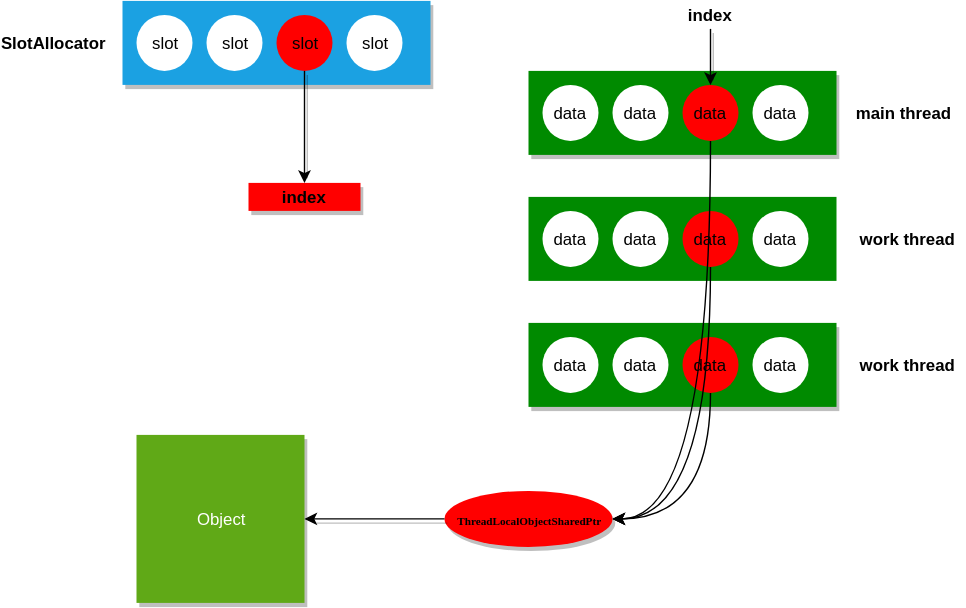
Before: envoy/assets/threadlocal.drawio.svg, a diagram exported from draw.io (pycer/note). Source tidied: cells renumbered, new cells last; positions are measured from the earlier drawing's top-left corner, leaving out a move shared by most shapes.
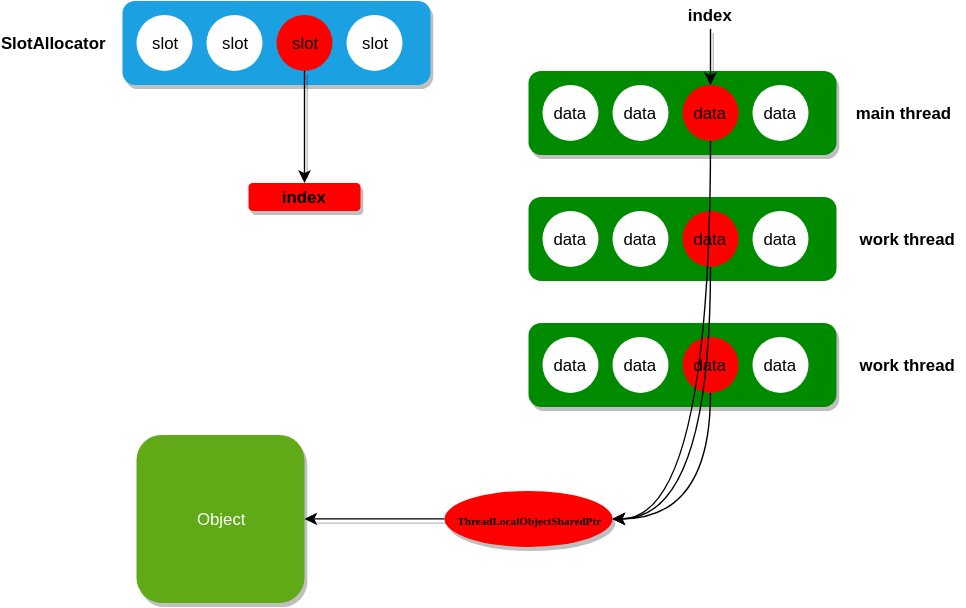
The same file after the commit.

Change to the diagram source:
```diff
@@ -2,7 +2,7 @@
   <root>
     <mxCell id="0" />
     <mxCell id="1" parent="0" />
-    <mxCell id="2" style="rounded=0;whiteSpace=wrap;html=1;strokeColor=none;fillColor=#1ba1e2;fontColor=#ffffff;shadow=1;" parent="1" vertex="1">
+    <mxCell id="2" style="rounded=1;whiteSpace=wrap;html=1;strokeColor=none;fillColor=#1ba1e2;fontColor=#ffffff;shadow=1;" parent="1" vertex="1">
       <mxGeometry x="70" width="220" height="60" as="geometry" />
     </mxCell>
     <mxCell id="3" value="slot" style="ellipse;whiteSpace=wrap;html=1;fillColor=#ffffff;strokeColor=none;shadow=0;" parent="1" vertex="1">
@@ -17,13 +17,13 @@
     <mxCell id="6" value="slot" style="ellipse;whiteSpace=wrap;html=1;fillColor=#ffffff;strokeColor=none;shadow=0;" parent="1" vertex="1">
       <mxGeometry x="230" y="10" width="40" height="40" as="geometry" />
     </mxCell>
-    <mxCell id="7" value="&lt;b&gt;index&lt;/b&gt;" style="rounded=0;whiteSpace=wrap;html=1;fillColor=#FF0000;gradientColor=none;strokeColor=none;shadow=1;" parent="1" vertex="1">
+    <mxCell id="7" value="&lt;b&gt;index&lt;/b&gt;" style="rounded=1;whiteSpace=wrap;html=1;fillColor=#FF0000;gradientColor=none;strokeColor=none;shadow=1;" parent="1" vertex="1">
       <mxGeometry x="160" y="130" width="80" height="20" as="geometry" />
     </mxCell>
     <mxCell id="8" style="endArrow=classic;html=1;exitX=0.5;exitY=1;exitDx=0;exitDy=0;shadow=1;" parent="1" edge="1" source="5" target="7">
       <mxGeometry relative="1" as="geometry" />
     </mxCell>
-    <mxCell id="9" style="rounded=0;whiteSpace=wrap;html=1;strokeColor=none;fillColor=#008a00;fontColor=#ffffff;shadow=1;" parent="1" vertex="1">
+    <mxCell id="9" style="rounded=1;whiteSpace=wrap;html=1;strokeColor=none;fillColor=#008a00;fontColor=#ffffff;shadow=1;" parent="1" vertex="1">
       <mxGeometry x="360" y="50" width="220" height="60" as="geometry" />
     </mxCell>
     <mxCell id="10" value="data" style="ellipse;whiteSpace=wrap;html=1;fillColor=#ffffff;strokeColor=none;shadow=0;" parent="1" vertex="1">
@@ -41,7 +41,7 @@
     <mxCell id="14" value="&lt;b&gt;main thread&amp;nbsp;&lt;/b&gt;" style="text;html=1;strokeColor=none;fillColor=none;align=center;verticalAlign=middle;whiteSpace=wrap;rounded=0;shadow=1;" parent="1" vertex="1">
       <mxGeometry x="590" y="70" width="80" height="20" as="geometry" />
     </mxCell>
-    <mxCell id="15" style="rounded=0;whiteSpace=wrap;html=1;strokeColor=none;fillColor=#008a00;fontColor=#ffffff;shadow=0;" parent="1" vertex="1">
+    <mxCell id="15" style="rounded=1;whiteSpace=wrap;html=1;strokeColor=none;fillColor=#008a00;fontColor=#ffffff;shadow=0;" parent="1" vertex="1">
       <mxGeometry x="360" y="140" width="220" height="60" as="geometry" />
     </mxCell>
     <mxCell id="16" value="data" style="ellipse;whiteSpace=wrap;html=1;fillColor=#ffffff;strokeColor=none;shadow=0;" parent="1" vertex="1">
@@ -59,7 +59,7 @@
     <mxCell id="20" value="&lt;b&gt;work thread&lt;/b&gt;" style="text;html=1;strokeColor=none;fillColor=none;align=center;verticalAlign=middle;whiteSpace=wrap;rounded=0;shadow=1;" parent="1" vertex="1">
       <mxGeometry x="590" y="160" width="80" height="20" as="geometry" />
     </mxCell>
-    <mxCell id="21" style="rounded=0;whiteSpace=wrap;html=1;strokeColor=none;fillColor=#008a00;fontColor=#ffffff;shadow=1;" parent="1" vertex="1">
+    <mxCell id="21" style="rounded=1;whiteSpace=wrap;html=1;strokeColor=none;fillColor=#008a00;fontColor=#ffffff;shadow=1;" parent="1" vertex="1">
       <mxGeometry x="360" y="230" width="220" height="60" as="geometry" />
     </mxCell>
     <mxCell id="22" value="data" style="ellipse;whiteSpace=wrap;html=1;fillColor=#ffffff;strokeColor=none;shadow=0;" parent="1" vertex="1">
@@ -89,7 +89,7 @@
     <mxCell id="30" style="endArrow=classic;html=1;exitX=0.5;exitY=1;exitDx=0;exitDy=0;entryX=1;entryY=0.5;entryDx=0;entryDy=0;edgeStyle=orthogonalEdgeStyle;curved=1;shadow=0;" parent="1" edge="1" source="12" target="27">
       <mxGeometry relative="1" as="geometry" />
     </mxCell>
-    <mxCell id="31" value="Object" style="rounded=0;whiteSpace=wrap;html=1;fillColor=#60a917;strokeColor=none;fontColor=#ffffff;shadow=1;" parent="1" vertex="1">
+    <mxCell id="31" value="Object" style="rounded=1;whiteSpace=wrap;html=1;fillColor=#60a917;strokeColor=none;fontColor=#ffffff;shadow=1;" parent="1" vertex="1">
       <mxGeometry x="80" y="310" width="120" height="120" as="geometry" />
     </mxCell>
     <mxCell id="32" style="endArrow=classic;html=1;exitX=0;exitY=0.5;exitDx=0;exitDy=0;entryX=1;entryY=0.5;entryDx=0;entryDy=0;shadow=1;" parent="1" edge="1" source="27" target="31">
```
